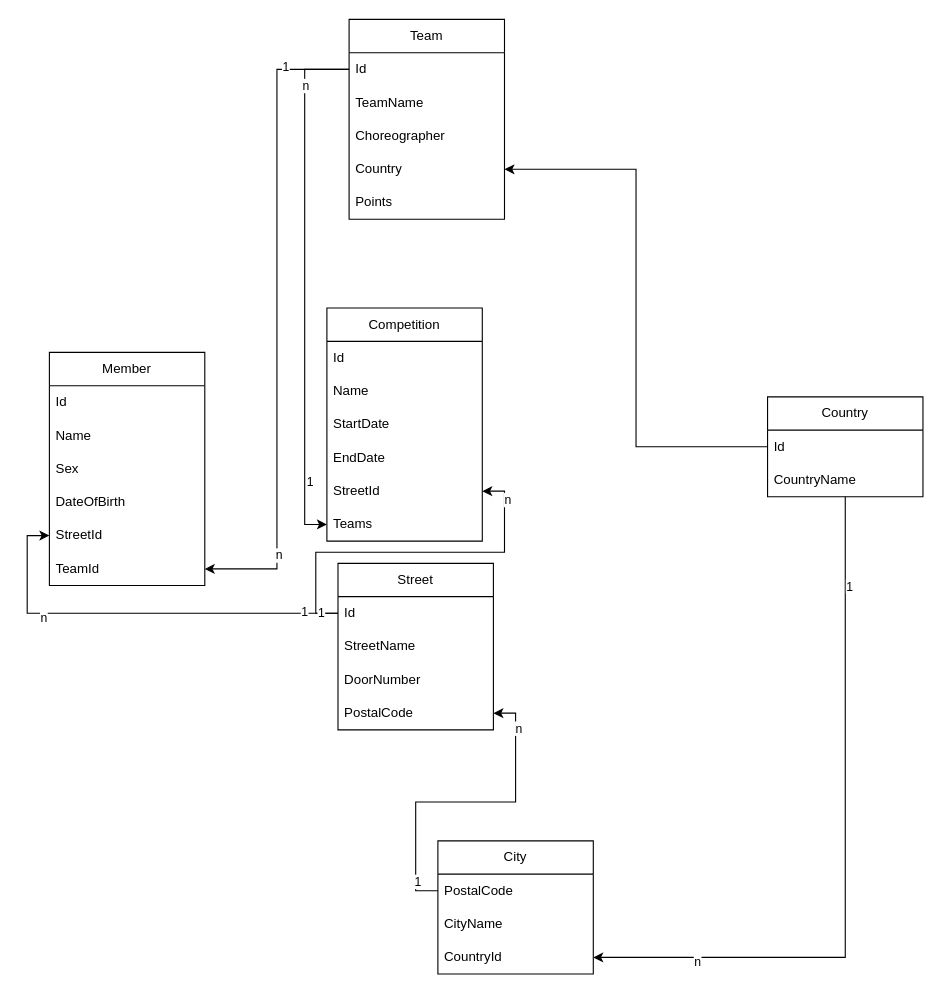
Earlier version of the draw.io diagram Tanc.drawio (zalulw/projctc-). Source tidied: cells renumbered, new cells numbered last; positions are measured from the earlier drawing's top-left corner, leaving out a move shared by most shapes. Both pictures are drawn from the tidied source at 111%, with x=0, y=0 at pixel (49, 19).
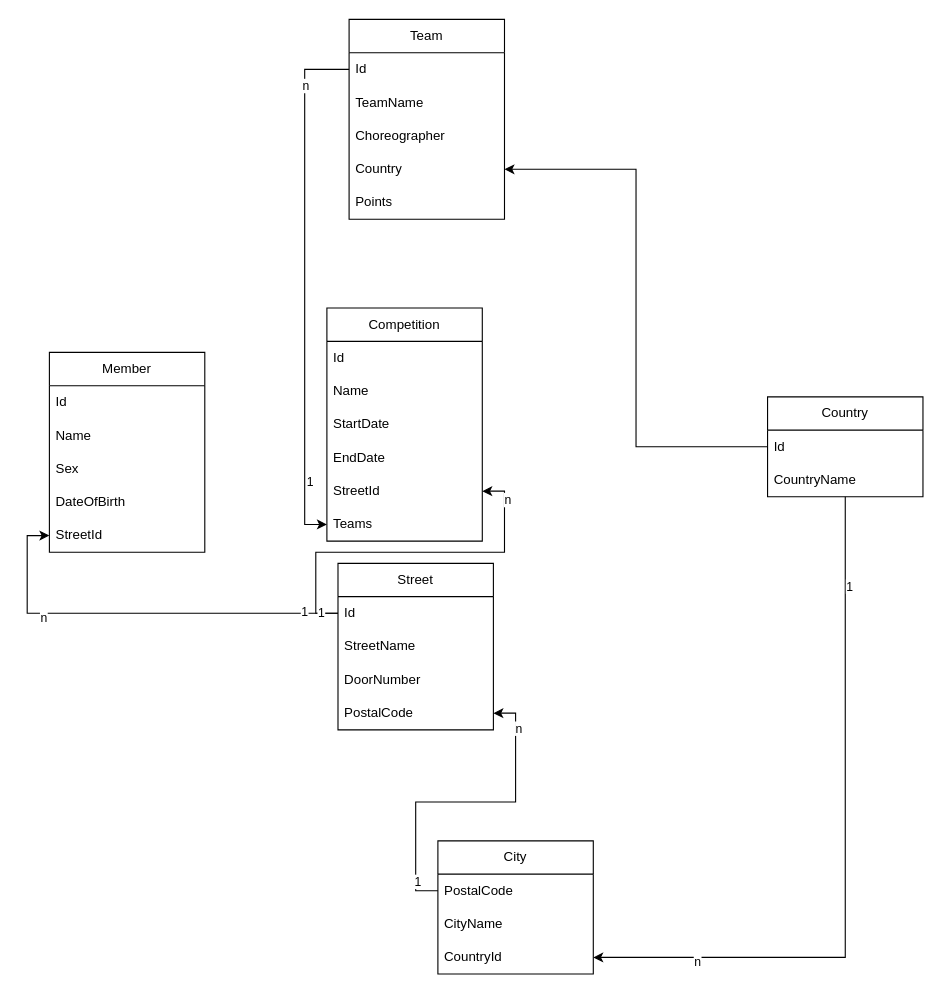
After the change.

Unchanged cells that the change refers to:
```xml
<mxCell id="3" value="Id" style="text;strokeColor=none;fillColor=none;align=left;verticalAlign=middle;spacingLeft=4;spacingRight=4;overflow=hidden;points=[[0,0.5],[1,0.5]];portConstraint=eastwest;whiteSpace=wrap;html=1;" parent="2" vertex="1">
  <mxGeometry y="30" width="140" height="30" as="geometry" />
</mxCell>
```

The edit, as a diff of the source:
```diff
@@
     <mxCell id="8" value="Member" style="swimlane;fontStyle=0;horizontal=1;startSize=30;whiteSpace=wrap;html=1;" parent="1" vertex="1">
-      <mxGeometry y="300" width="140" height="210" as="geometry" />
+      <mxGeometry y="300" width="140" height="180" as="geometry" />
     </mxCell>
@@
-    <mxCell id="14" value="TeamId" style="text;strokeColor=none;fillColor=none;align=left;verticalAlign=middle;spacingLeft=4;spacingRight=4;overflow=hidden;points=[[0,0.5],[1,0.5]];portConstraint=eastwest;whiteSpace=wrap;html=1;" parent="8" vertex="1">
-      <mxGeometry y="180" width="140" height="30" as="geometry" />
-    </mxCell>
@@
-    <mxCell id="46" style="edgeStyle=orthogonalEdgeStyle;rounded=0;jettySize=auto;html=1;entryX=1;entryY=0.5;entryDx=0;entryDy=0;" parent="1" edge="1" source="3" target="14">
-      <mxGeometry relative="1" as="geometry" />
-    </mxCell>
-    <mxCell id="47" value="n" style="edgeLabel;html=1;align=center;verticalAlign=middle;" parent="46" vertex="1">
-      <mxGeometry x="0.73" y="1" relative="1" as="geometry" />
-    </mxCell>
-    <mxCell id="48" value="1" style="edgeLabel;html=1;align=center;verticalAlign=middle;" parent="46" vertex="1">
-      <mxGeometry x="-0.8" y="-3" relative="1" as="geometry" />
-    </mxCell>
```
